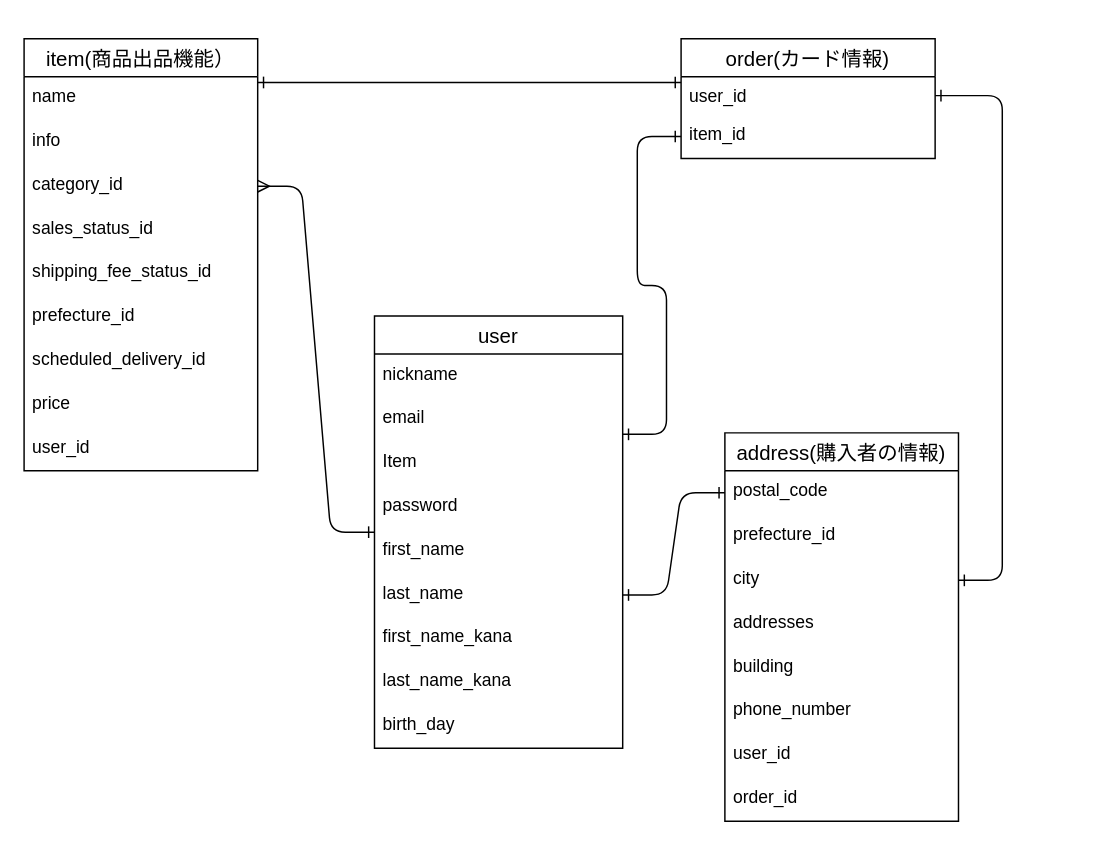
lalalaola/furima-34002 keeps this draw.io diagram as test.dio. Above is the earlier version. Source tidied: cells renumbered, new cells numbered last; positions are measured from the earlier drawing's top-left corner, leaving out a move shared by most shapes. Both pictures are drawn from the tidied source at 146%, with x=0, y=0 at pixel (23, 38).
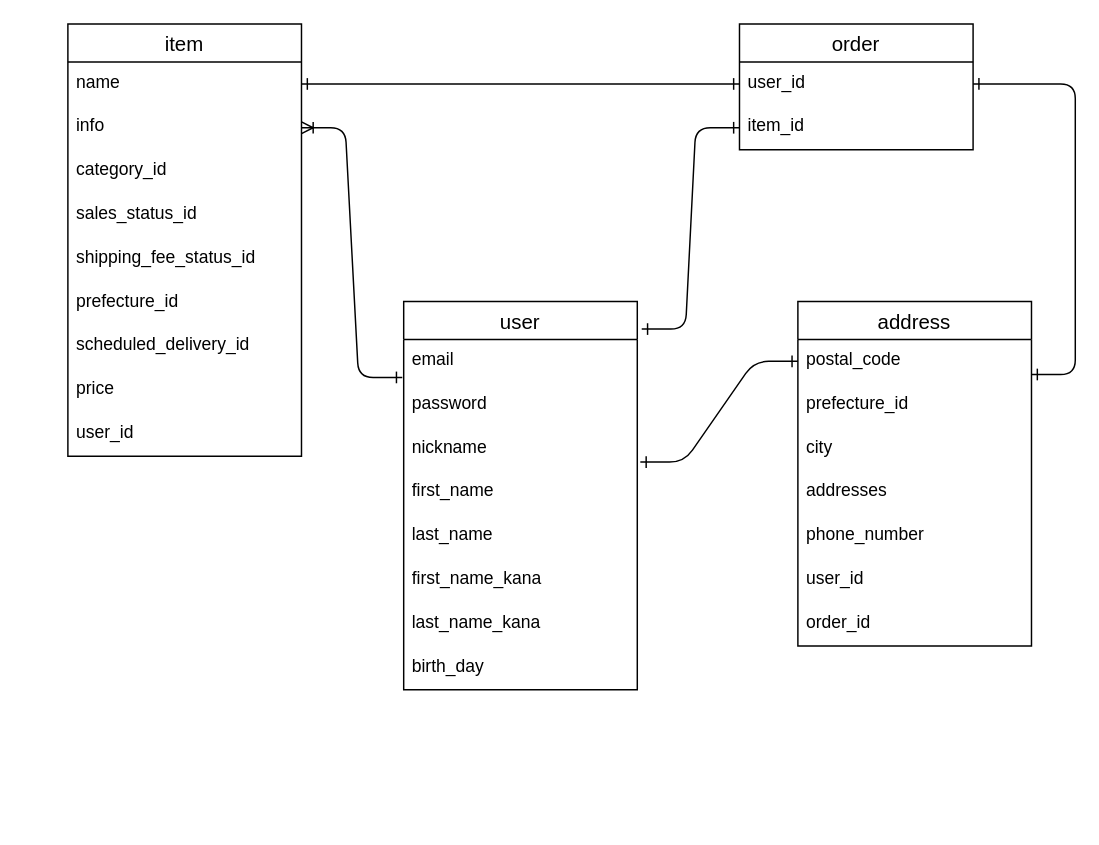
Above is the later version.

Change to the diagram source:
```diff
@@
-    <mxCell id="2" value="user" style="swimlane;fontStyle=0;horizontal=1;startSize=26;align=center;fontSize=14;" parent="1" vertex="1">
-      <mxGeometry x="240" y="190" width="170" height="296" as="geometry" />
-    </mxCell>
-    <mxCell id="3" value="nickname" style="text;strokeColor=none;fillColor=none;spacingLeft=4;spacingRight=4;overflow=hidden;points=[[0,0.5],[1,0.5]];portConstraint=eastwest;fontSize=12;" parent="2" vertex="1">
-      <mxGeometry y="26" width="170" height="30" as="geometry" />
-    </mxCell>
+    <mxCell id="39" value="user" style="swimlane;fontStyle=0;horizontal=1;startSize=26;align=center;fontSize=14;" parent="1" vertex="1">
+      <mxGeometry x="260" y="180" width="160" height="266" as="geometry" />
+    </mxCell>
-    <mxCell id="4" value="email" style="text;strokeColor=none;fillColor=none;spacingLeft=4;spacingRight=4;overflow=hidden;points=[[0,0.5],[1,0.5]];portConstraint=eastwest;fontSize=12;" parent="2" vertex="1">
-      <mxGeometry y="56" width="170" height="30" as="geometry" />
+    <mxCell id="4" value="email" style="text;strokeColor=none;fillColor=none;spacingLeft=4;spacingRight=4;overflow=hidden;points=[[0,0.5],[1,0.5]];portConstraint=eastwest;fontSize=12;" parent="39" vertex="1">
+      <mxGeometry y="26" width="160" height="30" as="geometry" />
     </mxCell>
-    <mxCell id="5" value="Item" style="text;strokeColor=none;fillColor=none;spacingLeft=4;spacingRight=4;overflow=hidden;fontSize=12;" parent="2" vertex="1">
-      <mxGeometry y="86" width="170" height="30" as="geometry" />
-    </mxCell>
-    <mxCell id="6" value="password" style="text;strokeColor=none;fillColor=none;spacingLeft=4;spacingRight=4;overflow=hidden;fontSize=12;" parent="2" vertex="1">
-      <mxGeometry y="116" width="170" height="30" as="geometry" />
+    <mxCell id="6" value="password" style="text;strokeColor=none;fillColor=none;spacingLeft=4;spacingRight=4;overflow=hidden;fontSize=12;" parent="39" vertex="1">
+      <mxGeometry y="56" width="160" height="30" as="geometry" />
     </mxCell>
+    <mxCell id="40" value="nickname" style="text;strokeColor=none;fillColor=none;spacingLeft=4;spacingRight=4;overflow=hidden;points=[[0,0.5],[1,0.5]];portConstraint=eastwest;fontSize=12;" parent="39" vertex="1">
+      <mxGeometry y="86" width="160" height="30" as="geometry" />
+    </mxCell>
-    <mxCell id="7" value="first_name" style="text;strokeColor=none;fillColor=none;spacingLeft=4;spacingRight=4;overflow=hidden;points=[[0,0.5],[1,0.5]];portConstraint=eastwest;fontSize=12;" parent="2" vertex="1">
-      <mxGeometry y="146" width="170" height="30" as="geometry" />
+    <mxCell id="7" value="first_name" style="text;strokeColor=none;fillColor=none;spacingLeft=4;spacingRight=4;overflow=hidden;points=[[0,0.5],[1,0.5]];portConstraint=eastwest;fontSize=12;" parent="39" vertex="1">
+      <mxGeometry y="116" width="160" height="30" as="geometry" />
     </mxCell>
-    <mxCell id="8" value="last_name" style="text;strokeColor=none;fillColor=none;spacingLeft=4;spacingRight=4;overflow=hidden;points=[[0,0.5],[1,0.5]];portConstraint=eastwest;fontSize=12;" parent="2" vertex="1">
-      <mxGeometry y="176" width="170" height="30" as="geometry" />
+    <mxCell id="8" value="last_name" style="text;strokeColor=none;fillColor=none;spacingLeft=4;spacingRight=4;overflow=hidden;points=[[0,0.5],[1,0.5]];portConstraint=eastwest;fontSize=12;" parent="39" vertex="1">
+      <mxGeometry y="146" width="160" height="30" as="geometry" />
     </mxCell>
-    <mxCell id="9" value="first_name_kana" style="text;strokeColor=none;fillColor=none;spacingLeft=4;spacingRight=4;overflow=hidden;fontSize=12;" parent="2" vertex="1">
-      <mxGeometry y="206" width="170" height="30" as="geometry" />
+    <mxCell id="9" value="first_name_kana" style="text;strokeColor=none;fillColor=none;spacingLeft=4;spacingRight=4;overflow=hidden;fontSize=12;" parent="39" vertex="1">
+      <mxGeometry y="176" width="160" height="30" as="geometry" />
     </mxCell>
-    <mxCell id="10" value="last_name_kana" style="text;strokeColor=none;fillColor=none;spacingLeft=4;spacingRight=4;overflow=hidden;fontSize=12;" parent="2" vertex="1">
-      <mxGeometry y="236" width="170" height="30" as="geometry" />
+    <mxCell id="10" value="last_name_kana" style="text;strokeColor=none;fillColor=none;spacingLeft=4;spacingRight=4;overflow=hidden;fontSize=12;" parent="39" vertex="1">
+      <mxGeometry y="206" width="160" height="30" as="geometry" />
     </mxCell>
-    <mxCell id="11" value="birth_day" style="text;strokeColor=none;fillColor=none;spacingLeft=4;spacingRight=4;overflow=hidden;fontSize=12;" parent="2" vertex="1">
-      <mxGeometry y="266" width="170" height="30" as="geometry" />
+    <mxCell id="11" value="birth_day" style="text;strokeColor=none;fillColor=none;spacingLeft=4;spacingRight=4;overflow=hidden;fontSize=12;" parent="39" vertex="1">
+      <mxGeometry y="236" width="160" height="30" as="geometry" />
     </mxCell>
-    <mxCell id="12" value="order(カード情報)" style="swimlane;fontStyle=0;horizontal=1;startSize=26;align=center;fontSize=14;" parent="1" vertex="1">
-      <mxGeometry x="450" width="174" height="82" as="geometry" />
-    </mxCell>
+    <mxCell id="41" value="order" style="swimlane;fontStyle=0;horizontal=1;startSize=26;align=center;fontSize=14;" parent="1" vertex="1">
+      <mxGeometry x="490" y="-10" width="160" height="86" as="geometry" />
+    </mxCell>
+    <mxCell id="2" value="user_id" style="text;strokeColor=none;fillColor=none;spacingLeft=4;spacingRight=4;overflow=hidden;points=[[0,0.5],[1,0.5]];portConstraint=eastwest;fontSize=12;" parent="41" vertex="1">
+      <mxGeometry y="26" width="160" height="30" as="geometry" />
+    </mxCell>
+    <mxCell id="3" value="item_id" style="text;strokeColor=none;fillColor=none;spacingLeft=4;spacingRight=4;overflow=hidden;points=[[0,0.5],[1,0.5]];portConstraint=eastwest;fontSize=12;" parent="41" vertex="1">
+      <mxGeometry y="56" width="160" height="30" as="geometry" />
+    </mxCell>
+    <mxCell id="42" value="address" style="swimlane;fontStyle=0;horizontal=1;startSize=26;align=center;fontSize=14;" parent="1" vertex="1">
+      <mxGeometry x="530" y="180" width="160" height="236" as="geometry" />
+    </mxCell>
-    <mxCell id="13" value="user_id" style="text;strokeColor=none;fillColor=none;spacingLeft=4;spacingRight=4;overflow=hidden;points=[[0,0.5],[1,0.5]];portConstraint=eastwest;fontSize=12;" parent="12" vertex="1">
-      <mxGeometry y="26" width="174" height="26" as="geometry" />
+    <mxCell id="13" value="postal_code" style="text;strokeColor=none;fillColor=none;spacingLeft=4;spacingRight=4;overflow=hidden;points=[[0,0.5],[1,0.5]];portConstraint=eastwest;fontSize=12;" parent="42" vertex="1">
+      <mxGeometry y="26" width="160" height="30" as="geometry" />
     </mxCell>
-    <mxCell id="14" value="item_id" style="text;strokeColor=none;fillColor=none;spacingLeft=4;spacingRight=4;overflow=hidden;points=[[0,0.5],[1,0.5]];portConstraint=eastwest;fontSize=12;" parent="12" vertex="1">
-      <mxGeometry y="52" width="174" height="30" as="geometry" />
-    </mxCell>
-    <mxCell id="15" value="address(購入者の情報)" style="swimlane;fontStyle=0;horizontal=1;startSize=26;align=center;fontSize=14;" parent="1" vertex="1">
-      <mxGeometry x="480" y="270" width="160" height="266" as="geometry" />
-    </mxCell>
-    <mxCell id="16" value="postal_code" style="text;strokeColor=none;fillColor=none;spacingLeft=4;spacingRight=4;overflow=hidden;points=[[0,0.5],[1,0.5]];portConstraint=eastwest;fontSize=12;" parent="15" vertex="1">
-      <mxGeometry y="26" width="160" height="30" as="geometry" />
-    </mxCell>
-    <mxCell id="17" value="prefecture_id" style="text;strokeColor=none;fillColor=none;spacingLeft=4;spacingRight=4;overflow=hidden;fontSize=12;" parent="15" vertex="1">
+    <mxCell id="17" value="prefecture_id" style="text;strokeColor=none;fillColor=none;spacingLeft=4;spacingRight=4;overflow=hidden;fontSize=12;" parent="42" vertex="1">
       <mxGeometry y="56" width="160" height="30" as="geometry" />
     </mxCell>
-    <mxCell id="18" value="city" style="text;strokeColor=none;fillColor=none;spacingLeft=4;spacingRight=4;overflow=hidden;points=[[0,0.5],[1,0.5]];portConstraint=eastwest;fontSize=12;" parent="15" vertex="1">
+    <mxCell id="18" value="city" style="text;strokeColor=none;fillColor=none;spacingLeft=4;spacingRight=4;overflow=hidden;points=[[0,0.5],[1,0.5]];portConstraint=eastwest;fontSize=12;" parent="42" vertex="1">
       <mxGeometry y="86" width="160" height="30" as="geometry" />
     </mxCell>
-    <mxCell id="19" value="addresses" style="text;strokeColor=none;fillColor=none;spacingLeft=4;spacingRight=4;overflow=hidden;fontSize=12;" parent="15" vertex="1">
+    <mxCell id="19" value="addresses" style="text;strokeColor=none;fillColor=none;spacingLeft=4;spacingRight=4;overflow=hidden;fontSize=12;" parent="42" vertex="1">
       <mxGeometry y="116" width="160" height="30" as="geometry" />
     </mxCell>
-    <mxCell id="20" value="building" style="text;strokeColor=none;fillColor=none;spacingLeft=4;spacingRight=4;overflow=hidden;fontSize=12;" parent="15" vertex="1">
-      <mxGeometry y="146" width="160" height="30" as="geometry" />
-    </mxCell>
-    <mxCell id="21" value="phone_number" style="text;strokeColor=none;fillColor=none;spacingLeft=4;spacingRight=4;overflow=hidden;fontSize=12;" parent="15" vertex="1">
-      <mxGeometry y="176" width="160" height="30" as="geometry" />
+    <mxCell id="21" value="phone_number" style="text;strokeColor=none;fillColor=none;spacingLeft=4;spacingRight=4;overflow=hidden;fontSize=12;" parent="42" vertex="1">
+      <mxGeometry y="146" width="160" height="30" as="geometry" />
     </mxCell>
-    <mxCell id="22" value="user_id" style="text;strokeColor=none;fillColor=none;spacingLeft=4;spacingRight=4;overflow=hidden;fontSize=12;" parent="15" vertex="1">
-      <mxGeometry y="206" width="160" height="30" as="geometry" />
-    </mxCell>
+    <mxCell id="43" value="user_id" style="text;strokeColor=none;fillColor=none;spacingLeft=4;spacingRight=4;overflow=hidden;fontSize=12;" parent="42" vertex="1">
+      <mxGeometry y="176" width="160" height="30" as="geometry" />
+    </mxCell>
-    <mxCell id="23" value="order_id" style="text;strokeColor=none;fillColor=none;spacingLeft=4;spacingRight=4;overflow=hidden;fontSize=12;" parent="15" vertex="1">
-      <mxGeometry y="236" width="160" height="30" as="geometry" />
+    <mxCell id="23" value="order_id" style="text;strokeColor=none;fillColor=none;spacingLeft=4;spacingRight=4;overflow=hidden;fontSize=12;" parent="42" vertex="1">
+      <mxGeometry y="206" width="160" height="30" as="geometry" />
     </mxCell>
+    <mxCell id="44" value="item" style="swimlane;fontStyle=0;horizontal=1;startSize=26;align=center;fontSize=14;" parent="1" vertex="1">
+      <mxGeometry x="30" y="-10" width="160" height="296" as="geometry" />
+    </mxCell>
+    <mxCell id="25" value="name" style="text;strokeColor=none;fillColor=none;spacingLeft=4;spacingRight=4;overflow=hidden;points=[[0,0.5],[1,0.5]];portConstraint=eastwest;fontSize=12;" parent="44" vertex="1">
+      <mxGeometry y="26" width="160" height="30" as="geometry" />
+    </mxCell>
-    <mxCell id="24" value="item(商品出品機能）" style="swimlane;fontStyle=0;horizontal=1;startSize=26;align=center;fontSize=14;" parent="1" vertex="1">
-      <mxGeometry width="160" height="296" as="geometry" />
+    <mxCell id="24" value="info" style="text;strokeColor=none;fillColor=none;spacingLeft=4;spacingRight=4;overflow=hidden;points=[[0,0.5],[1,0.5]];portConstraint=eastwest;fontSize=12;" parent="44" vertex="1">
+      <mxGeometry y="56" width="160" height="30" as="geometry" />
     </mxCell>
-    <mxCell id="25" value="name" style="text;strokeColor=none;fillColor=none;spacingLeft=4;spacingRight=4;overflow=hidden;points=[[0,0.5],[1,0.5]];portConstraint=eastwest;fontSize=12;" parent="24" vertex="1">
-      <mxGeometry y="26" width="160" height="30" as="geometry" />
-    </mxCell>
-    <mxCell id="26" value="info" style="text;strokeColor=none;fillColor=none;spacingLeft=4;spacingRight=4;overflow=hidden;fontSize=12;" parent="24" vertex="1">
-      <mxGeometry y="56" width="160" height="30" as="geometry" />
-    </mxCell>
-    <mxCell id="27" value="category_id" style="text;strokeColor=none;fillColor=none;spacingLeft=4;spacingRight=4;overflow=hidden;points=[[0,0.5],[1,0.5]];portConstraint=eastwest;fontSize=12;" parent="24" vertex="1">
+    <mxCell id="27" value="category_id" style="text;strokeColor=none;fillColor=none;spacingLeft=4;spacingRight=4;overflow=hidden;points=[[0,0.5],[1,0.5]];portConstraint=eastwest;fontSize=12;" parent="44" vertex="1">
       <mxGeometry y="86" width="160" height="30" as="geometry" />
     </mxCell>
-    <mxCell id="28" value="sales_status_id" style="text;strokeColor=none;fillColor=none;spacingLeft=4;spacingRight=4;overflow=hidden;fontSize=12;" parent="24" vertex="1">
+    <mxCell id="28" value="sales_status_id" style="text;strokeColor=none;fillColor=none;spacingLeft=4;spacingRight=4;overflow=hidden;fontSize=12;" parent="44" vertex="1">
       <mxGeometry y="116" width="160" height="30" as="geometry" />
     </mxCell>
-    <mxCell id="29" value="shipping_fee_status_id" style="text;strokeColor=none;fillColor=none;spacingLeft=4;spacingRight=4;overflow=hidden;fontSize=12;" parent="24" vertex="1">
+    <mxCell id="29" value="shipping_fee_status_id" style="text;strokeColor=none;fillColor=none;spacingLeft=4;spacingRight=4;overflow=hidden;fontSize=12;" parent="44" vertex="1">
       <mxGeometry y="146" width="160" height="30" as="geometry" />
     </mxCell>
-    <mxCell id="30" value="prefecture_id" style="text;strokeColor=none;fillColor=none;spacingLeft=4;spacingRight=4;overflow=hidden;fontSize=12;" parent="24" vertex="1">
+    <mxCell id="30" value="prefecture_id" style="text;strokeColor=none;fillColor=none;spacingLeft=4;spacingRight=4;overflow=hidden;fontSize=12;" parent="44" vertex="1">
       <mxGeometry y="176" width="160" height="30" as="geometry" />
     </mxCell>
-    <mxCell id="31" value="scheduled_delivery_id" style="text;strokeColor=none;fillColor=none;spacingLeft=4;spacingRight=4;overflow=hidden;fontSize=12;" parent="24" vertex="1">
+    <mxCell id="31" value="scheduled_delivery_id" style="text;strokeColor=none;fillColor=none;spacingLeft=4;spacingRight=4;overflow=hidden;fontSize=12;" parent="44" vertex="1">
       <mxGeometry y="206" width="160" height="30" as="geometry" />
     </mxCell>
-    <mxCell id="32" value="price" style="text;strokeColor=none;fillColor=none;spacingLeft=4;spacingRight=4;overflow=hidden;fontSize=12;" parent="24" vertex="1">
-      <mxGeometry y="236" width="160" height="30" as="geometry" />
-    </mxCell>
-    <mxCell id="33" value="user_id" style="text;strokeColor=none;fillColor=none;spacingLeft=4;spacingRight=4;overflow=hidden;fontSize=12;" parent="24" vertex="1">
-      <mxGeometry y="266" width="160" height="30" as="geometry" />
+    <mxCell id="33" value="price" style="text;strokeColor=none;fillColor=none;spacingLeft=4;spacingRight=4;overflow=hidden;fontSize=12;" parent="44" vertex="1">
+      <mxGeometry y="236" width="160" height="30" as="geometry" />
     </mxCell>
-    <mxCell id="34" style="edgeStyle=entityRelationEdgeStyle;fontSize=12;html=1;endArrow=ERone;startArrow=ERone;entryX=0;entryY=0.5;entryDx=0;entryDy=0;endFill=0;startFill=0;" parent="1" edge="1" target="14">
-      <mxGeometry relative="1" as="geometry">
-        <mxPoint x="410" y="271" as="sourcePoint" />
-      </mxGeometry>
-    </mxCell>
-    <mxCell id="35" style="edgeStyle=entityRelationEdgeStyle;fontSize=12;html=1;endArrow=ERone;startArrow=ERone;exitX=1;exitY=0.5;exitDx=0;exitDy=0;startFill=0;endFill=0;" parent="1" edge="1" source="8" target="16">
-      <mxGeometry relative="1" as="geometry" />
-    </mxCell>
-    <mxCell id="36" style="edgeStyle=entityRelationEdgeStyle;fontSize=12;html=1;endArrow=ERmany;startArrow=ERone;exitX=0;exitY=0.067;exitDx=0;exitDy=0;exitPerimeter=0;startFill=0;endFill=0;" parent="1" edge="1" source="7" target="27">
-      <mxGeometry relative="1" as="geometry" />
-    </mxCell>
-    <mxCell id="37" style="edgeStyle=entityRelationEdgeStyle;fontSize=12;html=1;endArrow=ERone;startArrow=ERone;exitX=1;exitY=0.5;exitDx=0;exitDy=0;startFill=0;endFill=0;" parent="1" edge="1" source="13" target="18">
-      <mxGeometry relative="1" as="geometry" />
-    </mxCell>
-    <mxCell id="38" style="edgeStyle=entityRelationEdgeStyle;fontSize=12;html=1;endArrow=ERone;startArrow=ERone;entryX=0;entryY=0.154;entryDx=0;entryDy=0;entryPerimeter=0;exitX=1;exitY=0.133;exitDx=0;exitDy=0;exitPerimeter=0;startFill=0;endFill=0;" parent="1" edge="1" source="25" target="13">
-      <mxGeometry relative="1" as="geometry" />
-    </mxCell>
+    <mxCell id="45" value="user_id" style="text;strokeColor=none;fillColor=none;spacingLeft=4;spacingRight=4;overflow=hidden;fontSize=12;" parent="44" vertex="1">
+      <mxGeometry y="266" width="160" height="30" as="geometry" />
+    </mxCell>
+    <mxCell id="46" style="edgeStyle=entityRelationEdgeStyle;fontSize=12;html=1;endArrow=ERone;endFill=1;entryX=0;entryY=0.5;entryDx=0;entryDy=0;exitX=1;exitY=0.5;exitDx=0;exitDy=0;startArrow=ERone;startFill=0;" parent="1" edge="1" source="25" target="2">
+      <mxGeometry relative="1" as="geometry" />
+    </mxCell>
+    <mxCell id="47" style="edgeStyle=entityRelationEdgeStyle;fontSize=12;html=1;endArrow=ERoneToMany;exitX=-0.006;exitY=0.867;exitDx=0;exitDy=0;exitPerimeter=0;entryX=1;entryY=0.5;entryDx=0;entryDy=0;startArrow=ERone;startFill=0;" parent="1" edge="1" source="4" target="24">
+      <mxGeometry relative="1" as="geometry" />
+    </mxCell>
+    <mxCell id="48" style="edgeStyle=entityRelationEdgeStyle;fontSize=12;html=1;endArrow=ERone;startArrow=ERone;entryX=1;entryY=0.5;entryDx=0;entryDy=0;startFill=0;endFill=0;" parent="1" edge="1" target="2">
+      <mxGeometry relative="1" as="geometry">
+        <mxPoint x="690" y="230" as="sourcePoint" />
+      </mxGeometry>
+    </mxCell>
+    <mxCell id="49" style="edgeStyle=entityRelationEdgeStyle;fontSize=12;html=1;endArrow=ERone;exitX=1.013;exitY=0.8;exitDx=0;exitDy=0;exitPerimeter=0;entryX=0;entryY=0.5;entryDx=0;entryDy=0;startArrow=ERone;startFill=0;endFill=0;" parent="1" edge="1" source="40" target="13">
+      <mxGeometry relative="1" as="geometry" />
+    </mxCell>
+    <mxCell id="50" style="edgeStyle=entityRelationEdgeStyle;fontSize=12;html=1;endArrow=ERone;startArrow=ERone;exitX=1.019;exitY=0.071;exitDx=0;exitDy=0;exitPerimeter=0;entryX=0;entryY=0.5;entryDx=0;entryDy=0;startFill=0;endFill=0;" parent="1" edge="1" source="39" target="3">
+      <mxGeometry relative="1" as="geometry" />
+    </mxCell>
```
